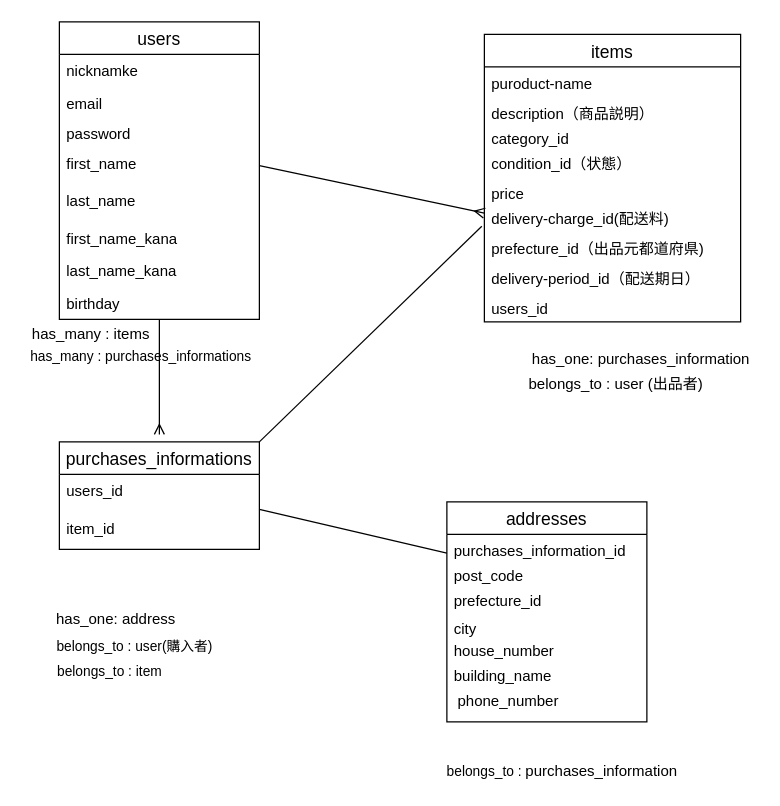
The draw.io diagram page "ページ1" (1 of 2) of furima.dio in 55tommy/furima-38555, before the edit. Source tidied: cells renumbered, new cells numbered last; positions are measured from the earlier drawing's top-left corner, leaving out a move shared by most shapes. Both pictures are drawn from the tidied source at 125%, with x=0, y=0 at pixel (21, 21).
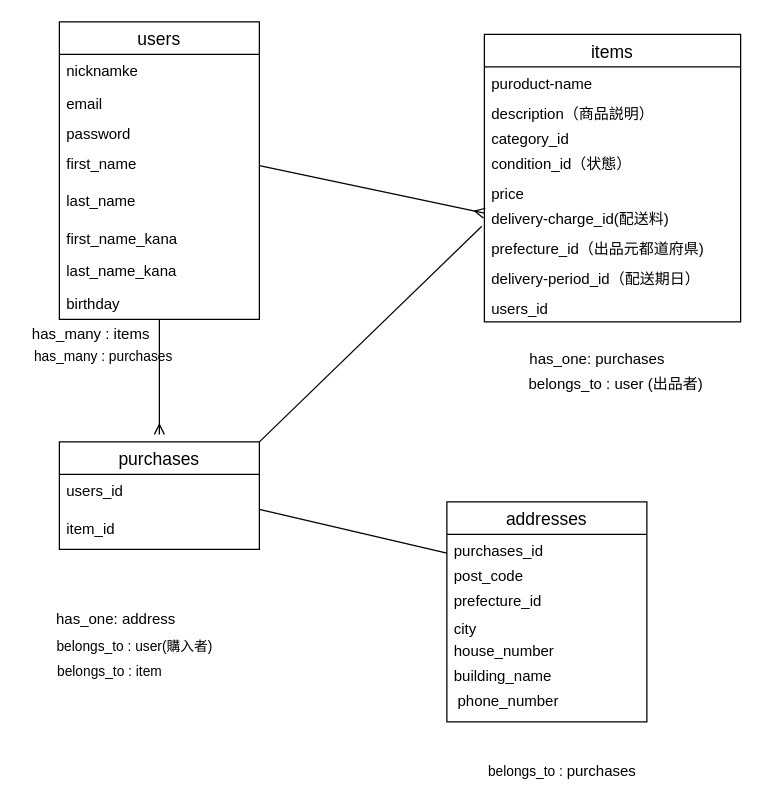
Above is the later version.

Diff of the diagram source:
```diff
@@
-    <mxCell id="23" value="purchases_informations" style="swimlane;fontStyle=0;horizontal=1;startSize=26;align=center;fontSize=14;rounded=0;" parent="1" vertex="1">
+    <mxCell id="23" value="purchases" style="swimlane;fontStyle=0;horizontal=1;startSize=26;align=center;fontSize=14;rounded=0;" parent="1" vertex="1">
       <mxGeometry x="30" y="336" width="160" height="86" as="geometry" />
     </mxCell>
@@
-    <mxCell id="27" value="&lt;font style=&quot;font-size: 12px&quot;&gt;has_one:&amp;nbsp;purchases_information&lt;/font&gt;" style="text;html=1;align=center;verticalAlign=middle;strokeColor=none;fillColor=none;" parent="1" vertex="1">
-      <mxGeometry x="400" y="260" width="190" height="20" as="geometry" />
+    <mxCell id="27" value="&lt;font style=&quot;font-size: 12px&quot;&gt;has_one:&amp;nbsp;purchases&lt;/font&gt;" style="text;html=1;align=center;verticalAlign=middle;strokeColor=none;fillColor=none;" parent="1" vertex="1">
+      <mxGeometry x="400" y="260" width="120" height="20" as="geometry" />
     </mxCell>
@@
-    <mxCell id="32" value="purchases_information_id" style="text;strokeColor=none;fillColor=none;spacingLeft=4;spacingRight=4;overflow=hidden;points=[[0,0.5],[1,0.5]];portConstraint=eastwest;fontSize=12;rounded=0;" parent="1" vertex="1">
+    <mxCell id="32" value="purchases_id" style="text;strokeColor=none;fillColor=none;spacingLeft=4;spacingRight=4;overflow=hidden;points=[[0,0.5],[1,0.5]];portConstraint=eastwest;fontSize=12;rounded=0;" parent="1" vertex="1">
       <mxGeometry x="340" y="410" width="160" height="30" as="geometry" />
     </mxCell>
@@
-    <mxCell id="36" value="belongs_to :&amp;nbsp;&lt;font style=&quot;font-size: 12px&quot;&gt;purchases_information&lt;/font&gt;" style="text;html=1;align=center;verticalAlign=middle;strokeColor=none;fillColor=none;fontSize=11;fontFamily=Helvetica;fontColor=default;" parent="1" vertex="1">
-      <mxGeometry x="332" y="590" width="200" height="20" as="geometry" />
+    <mxCell id="36" value="belongs_to :&amp;nbsp;&lt;font style=&quot;font-size: 12px&quot;&gt;purchases&lt;/font&gt;" style="text;html=1;align=center;verticalAlign=middle;strokeColor=none;fillColor=none;fontSize=11;fontFamily=Helvetica;fontColor=default;" parent="1" vertex="1">
+      <mxGeometry x="367" y="590" width="130" height="20" as="geometry" />
     </mxCell>
-    <mxCell id="37" value="&lt;font style=&quot;font-size: 11px&quot;&gt;has_many :&amp;nbsp;purchases_informations&lt;br&gt;&lt;/font&gt;&amp;nbsp;" style="text;html=1;align=center;verticalAlign=middle;strokeColor=none;fillColor=none;fontSize=12;fontFamily=Helvetica;fontColor=default;" parent="1" vertex="1">
-      <mxGeometry y="260" width="190" height="30" as="geometry" />
+    <mxCell id="37" value="&lt;font style=&quot;font-size: 11px&quot;&gt;has_many :&amp;nbsp;purchases&lt;br&gt;&lt;/font&gt;&amp;nbsp;" style="text;html=1;align=center;verticalAlign=middle;strokeColor=none;fillColor=none;fontSize=12;fontFamily=Helvetica;fontColor=default;" parent="1" vertex="1">
+      <mxGeometry y="260" width="130" height="30" as="geometry" />
     </mxCell>
```
